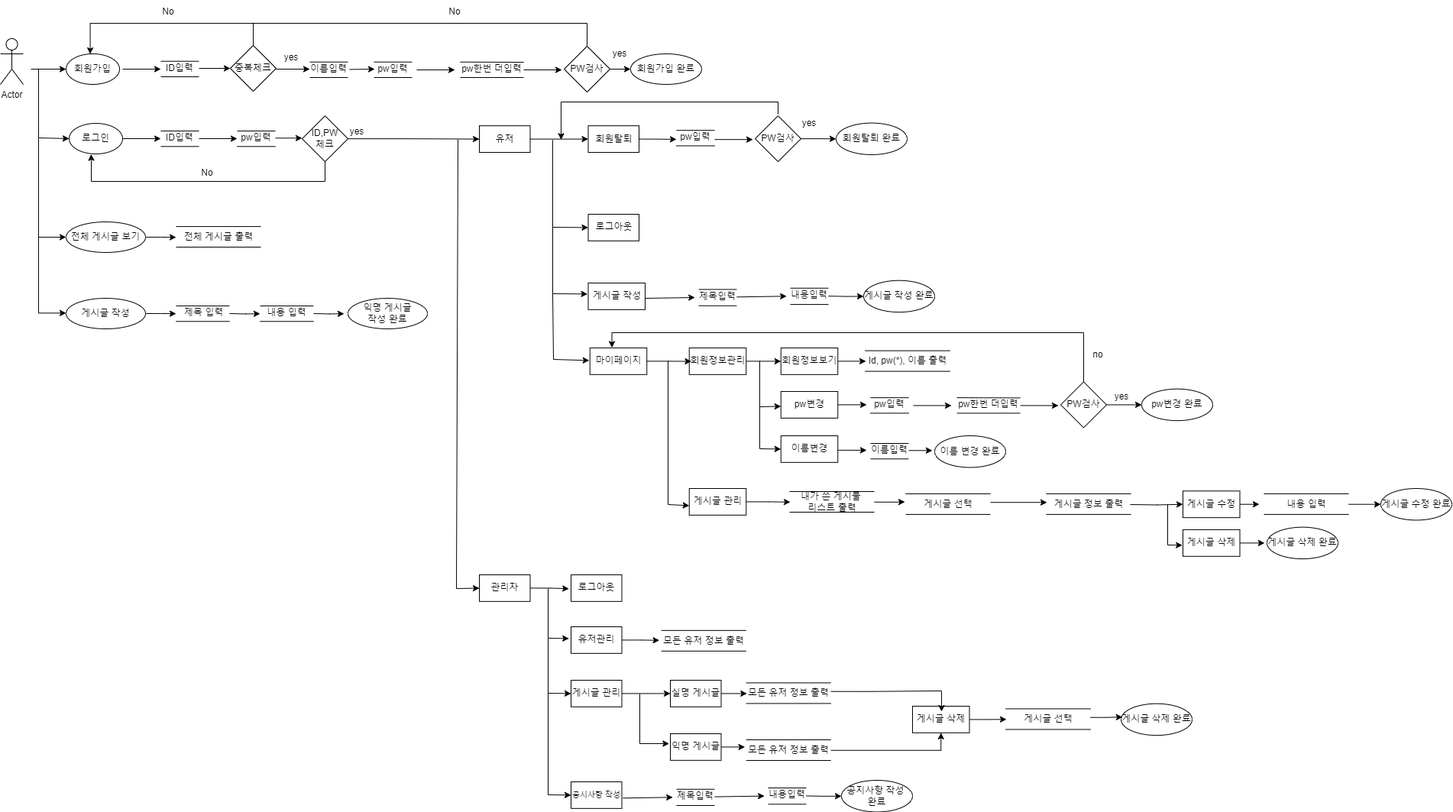
Before: MyBoard/flow chart.png, a diagram exported from draw.io (IT-improvement/MyBoard). Source tidied: cells renumbered, new cells last; positions are measured from the earlier drawing's top-left corner, leaving out a move shared by most shapes.
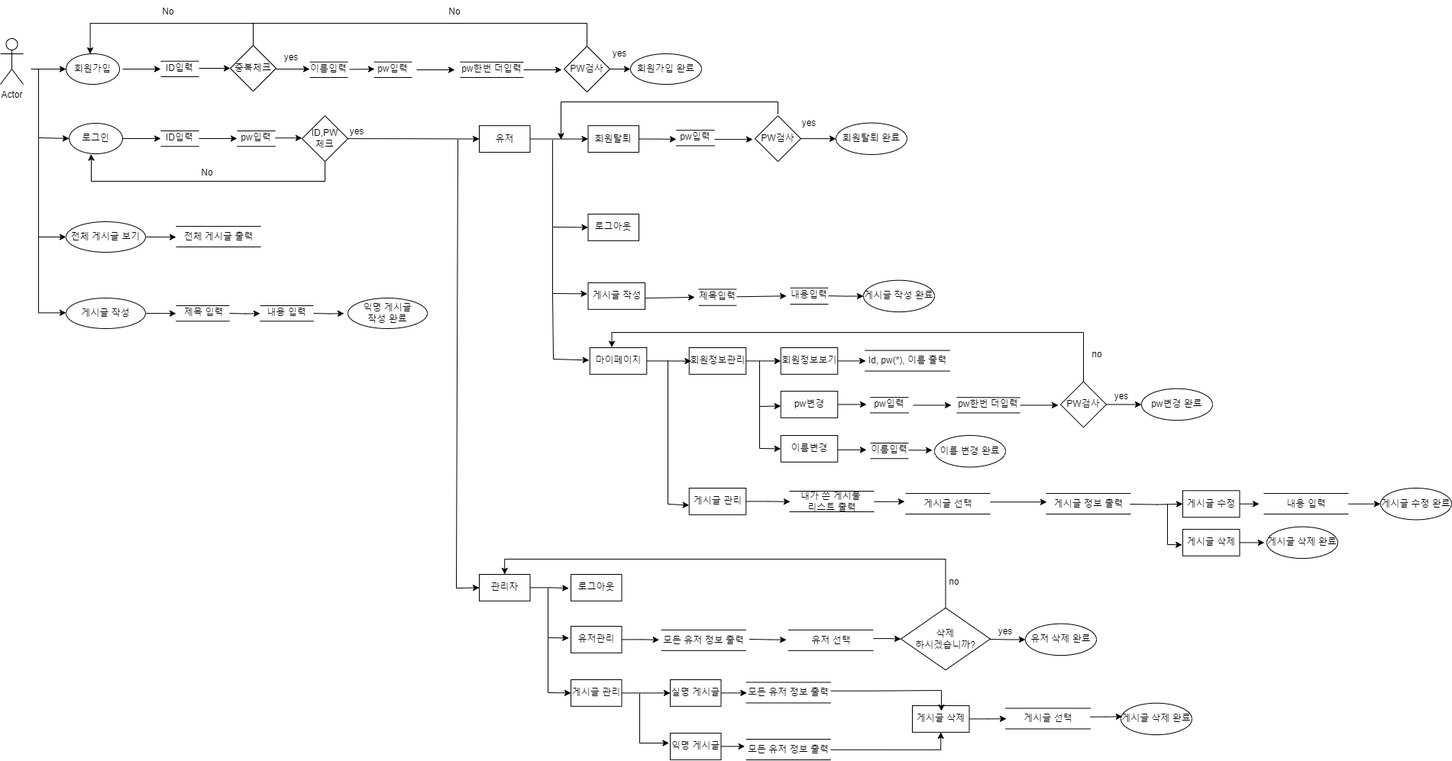
After the change.

Commit message:
Change flow chart image

What changed in the source:
```diff
@@ -804,69 +804,6 @@
     <mxCell id="170" value="게시글 관리" style="rounded=0;whiteSpace=wrap;html=1;" parent="1" vertex="1">
       <mxGeometry x="747" y="890" width="66.5" height="34.9" as="geometry" />
     </mxCell>
-    <mxCell id="171" value="&lt;font style=&quot;font-size: 10px;&quot;&gt;공시사항 작성&lt;/font&gt;" style="rounded=0;whiteSpace=wrap;html=1;" parent="1" vertex="1">
-      <mxGeometry x="747" y="1023" width="66.5" height="34.9" as="geometry" />
-    </mxCell>
-    <mxCell id="172" style="endArrow=none;html=1;rounded=0;" parent="1" edge="1">
-      <mxGeometry relative="1" as="geometry">
-        <mxPoint x="885" y="1032.7" as="sourcePoint" />
-        <mxPoint x="935" y="1032.7" as="targetPoint" />
-      </mxGeometry>
-    </mxCell>
-    <mxCell id="173" style="endArrow=none;html=1;rounded=0;" parent="1" edge="1">
-      <mxGeometry relative="1" as="geometry">
-        <mxPoint x="885" y="1054" as="sourcePoint" />
-        <mxPoint x="935" y="1054" as="targetPoint" />
-      </mxGeometry>
-    </mxCell>
-    <mxCell id="174" value="제목입력" style="text;html=1;align=center;verticalAlign=middle;whiteSpace=wrap;rounded=0;" parent="1" vertex="1">
-      <mxGeometry x="885" y="1037" width="50" height="10" as="geometry" />
-    </mxCell>
-    <mxCell id="175" style="endArrow=classic;html=1;rounded=0;" parent="1" edge="1">
-      <mxGeometry relative="1" as="geometry">
-        <mxPoint x="945" y="1043" as="sourcePoint" />
-        <mxPoint x="945" y="1043" as="targetPoint" />
-      </mxGeometry>
-    </mxCell>
-    <mxCell id="176" style="endArrow=classic;html=1;rounded=0;entryX=-0.097;entryY=0.624;entryDx=0;entryDy=0;entryPerimeter=0;" parent="1" edge="1" target="174">
-      <mxGeometry relative="1" as="geometry">
-        <mxPoint x="815" y="1044.3" as="sourcePoint" />
-      </mxGeometry>
-    </mxCell>
-    <mxCell id="177" style="endArrow=none;html=1;rounded=0;" parent="1" edge="1">
-      <mxGeometry relative="1" as="geometry">
-        <mxPoint x="1005" y="1031" as="sourcePoint" />
-        <mxPoint x="1055" y="1031" as="targetPoint" />
-      </mxGeometry>
-    </mxCell>
-    <mxCell id="178" style="endArrow=none;html=1;rounded=0;" parent="1" edge="1">
-      <mxGeometry relative="1" as="geometry">
-        <mxPoint x="1005" y="1052.3" as="sourcePoint" />
-        <mxPoint x="1055" y="1052.3" as="targetPoint" />
-      </mxGeometry>
-    </mxCell>
-    <mxCell id="179" value="내용입력" style="text;html=1;align=center;verticalAlign=middle;whiteSpace=wrap;rounded=0;" parent="1" vertex="1">
-      <mxGeometry x="1005" y="1035.3" width="50" height="10" as="geometry" />
-    </mxCell>
-    <mxCell id="180" style="endArrow=classic;html=1;rounded=0;" parent="1" edge="1">
-      <mxGeometry relative="1" as="geometry">
-        <mxPoint x="1065" y="1041.3" as="sourcePoint" />
-        <mxPoint x="1065" y="1041.3" as="targetPoint" />
-      </mxGeometry>
-    </mxCell>
-    <mxCell id="181" style="endArrow=classic;html=1;rounded=0;entryX=-0.097;entryY=0.624;entryDx=0;entryDy=0;entryPerimeter=0;" parent="1" edge="1" target="179">
-      <mxGeometry relative="1" as="geometry">
-        <mxPoint x="935" y="1042.6" as="sourcePoint" />
-      </mxGeometry>
-    </mxCell>
-    <mxCell id="182" style="edgeStyle=orthogonalEdgeStyle;rounded=0;jettySize=auto;html=1;exitX=1;exitY=0.5;exitDx=0;exitDy=0;entryX=0;entryY=0.5;entryDx=0;entryDy=0;" parent="1" edge="1" target="183">
-      <mxGeometry relative="1" as="geometry">
-        <mxPoint x="1055" y="1041.4" as="sourcePoint" />
-      </mxGeometry>
-    </mxCell>
-    <mxCell id="183" value="공지사항 작성&amp;nbsp;&lt;div&gt;완료&lt;/div&gt;" style="ellipse;whiteSpace=wrap;html=1;" parent="1" vertex="1">
-      <mxGeometry x="1101" y="1021" width="93" height="41.4" as="geometry" />
-    </mxCell>
     <mxCell id="184" style="edgeStyle=orthogonalEdgeStyle;rounded=0;jettySize=auto;html=1;exitX=1;exitY=0.5;exitDx=0;exitDy=0;entryX=0;entryY=0.5;entryDx=0;entryDy=0;" parent="1" edge="1" source="185" target="188">
       <mxGeometry relative="1" as="geometry" />
     </mxCell>
@@ -988,14 +925,6 @@
         </Array>
       </mxGeometry>
     </mxCell>
-    <mxCell id="210" style="endArrow=classic;html=1;rounded=0;entryX=0;entryY=0.5;entryDx=0;entryDy=0;" parent="1" edge="1" target="171">
-      <mxGeometry relative="1" as="geometry">
-        <mxPoint x="717" y="905.5" as="sourcePoint" />
-        <Array as="points">
-          <mxPoint x="717" y="1040" />
-        </Array>
-      </mxGeometry>
-    </mxCell>
     <mxCell id="211" style="edgeStyle=orthogonalEdgeStyle;rounded=0;jettySize=auto;html=1;exitX=1;exitY=0.25;exitDx=0;exitDy=0;entryX=0.02;entryY=0.422;entryDx=0;entryDy=0;entryPerimeter=0;" parent="1" edge="1" source="200" target="203">
       <mxGeometry relative="1" as="geometry" />
     </mxCell>
@@ -1088,5 +1017,54 @@
     <mxCell id="229" value="익명 게시글&lt;div&gt;작성 완료&lt;/div&gt;" style="ellipse;whiteSpace=wrap;html=1;" parent="1" vertex="1">
       <mxGeometry x="455" y="390" width="104" height="40" as="geometry" />
     </mxCell>
+    <mxCell id="230" style="endArrow=none;html=1;rounded=0;" parent="1" edge="1">
+      <mxGeometry relative="1" as="geometry">
+        <mxPoint x="1031.8" y="824.9" as="sourcePoint" />
+        <mxPoint x="1142.8" y="824.9" as="targetPoint" />
+      </mxGeometry>
+    </mxCell>
+    <mxCell id="231" style="edgeStyle=orthogonalEdgeStyle;rounded=0;jettySize=auto;html=1;exitX=1;exitY=0.25;exitDx=0;exitDy=0;" parent="1" edge="1" source="232" target="237">
+      <mxGeometry relative="1" as="geometry" />
+    </mxCell>
+    <mxCell id="232" value="유저 선택" style="text;html=1;align=center;verticalAlign=middle;whiteSpace=wrap;rounded=0;" parent="1" vertex="1">
+      <mxGeometry x="1032.8" y="833.6" width="110" height="10" as="geometry" />
+    </mxCell>
+    <mxCell id="233" style="endArrow=classic;html=1;rounded=0;" parent="1" edge="1">
+      <mxGeometry relative="1" as="geometry">
+        <mxPoint x="1081.2" y="841.6" as="sourcePoint" />
+        <mxPoint x="1081.2" y="841.6" as="targetPoint" />
+      </mxGeometry>
+    </mxCell>
+    <mxCell id="234" style="endArrow=none;html=1;rounded=0;" parent="1" edge="1">
+      <mxGeometry relative="1" as="geometry">
+        <mxPoint x="1031.8" y="851.9" as="sourcePoint" />
+        <mxPoint x="1142.8" y="851.9" as="targetPoint" />
+      </mxGeometry>
+    </mxCell>
+    <mxCell id="235" style="edgeStyle=orthogonalEdgeStyle;rounded=0;jettySize=auto;html=1;exitX=1;exitY=0.5;exitDx=0;exitDy=0;entryX=-0.033;entryY=0.417;entryDx=0;entryDy=0;entryPerimeter=0;" parent="1" edge="1" target="232">
+      <mxGeometry relative="1" as="geometry">
+        <mxPoint x="980.5" y="837" as="sourcePoint" />
+      </mxGeometry>
+    </mxCell>
+    <mxCell id="236" style="edgeStyle=orthogonalEdgeStyle;rounded=0;jettySize=auto;html=1;exitX=0.5;exitY=0;exitDx=0;exitDy=0;entryX=0.5;entryY=0;entryDx=0;entryDy=0;" parent="1" edge="1" source="237" target="161">
+      <mxGeometry relative="1" as="geometry" />
+    </mxCell>
+    <mxCell id="237" value="삭제&lt;div&gt;하시겠습니까?&lt;/div&gt;" style="rhombus;whiteSpace=wrap;html=1;" parent="1" vertex="1">
+      <mxGeometry x="1179" y="795.9" width="117" height="81.4" as="geometry" />
+    </mxCell>
+    <mxCell id="238" style="edgeStyle=orthogonalEdgeStyle;rounded=0;jettySize=auto;html=1;exitX=1;exitY=0.5;exitDx=0;exitDy=0;entryX=0;entryY=0.5;entryDx=0;entryDy=0;" parent="1" edge="1" target="239">
+      <mxGeometry relative="1" as="geometry">
+        <mxPoint x="1296" y="837" as="sourcePoint" />
+      </mxGeometry>
+    </mxCell>
+    <mxCell id="239" value="유저 삭제 완료" style="ellipse;whiteSpace=wrap;html=1;" parent="1" vertex="1">
+      <mxGeometry x="1342" y="816.7" width="93" height="41.4" as="geometry" />
+    </mxCell>
+    <mxCell id="240" value="yes" style="text;html=1;align=center;verticalAlign=middle;whiteSpace=wrap;rounded=0;" parent="1" vertex="1">
+      <mxGeometry x="1296" y="816.7" width="40" height="20" as="geometry" />
+    </mxCell>
+    <mxCell id="241" value="no" style="text;html=1;align=center;verticalAlign=middle;whiteSpace=wrap;rounded=0;" parent="1" vertex="1">
+      <mxGeometry x="1228.5" y="752" width="40" height="20" as="geometry" />
+    </mxCell>
   </root>
 </mxGraphModel>
```
